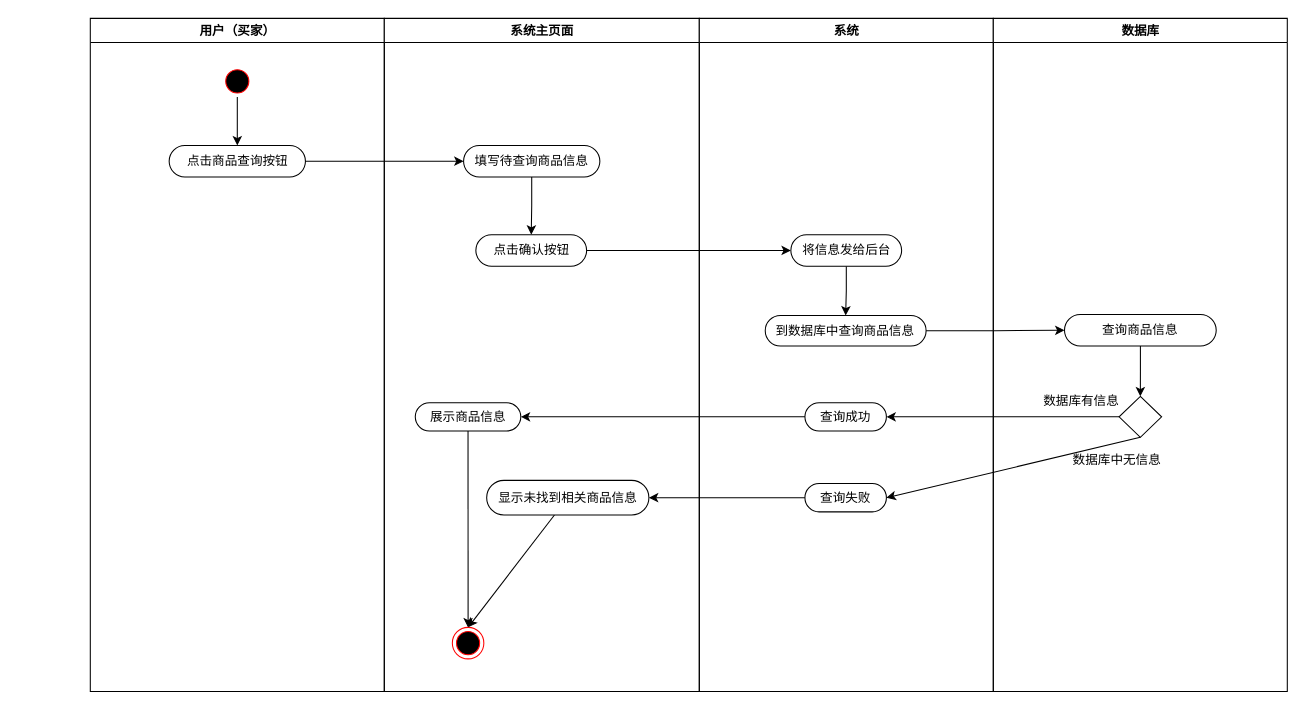
This is 联系卖家活动图.drawio from 200928/image, a draw.io file, before an edit. Source tidied: cells renumbered, new cells numbered last; positions are measured from the earlier drawing's top-left corner, leaving out a move shared by most shapes. Both pictures are drawn from the tidied source at 105%, with x=0, y=0 at pixel (89, 18).
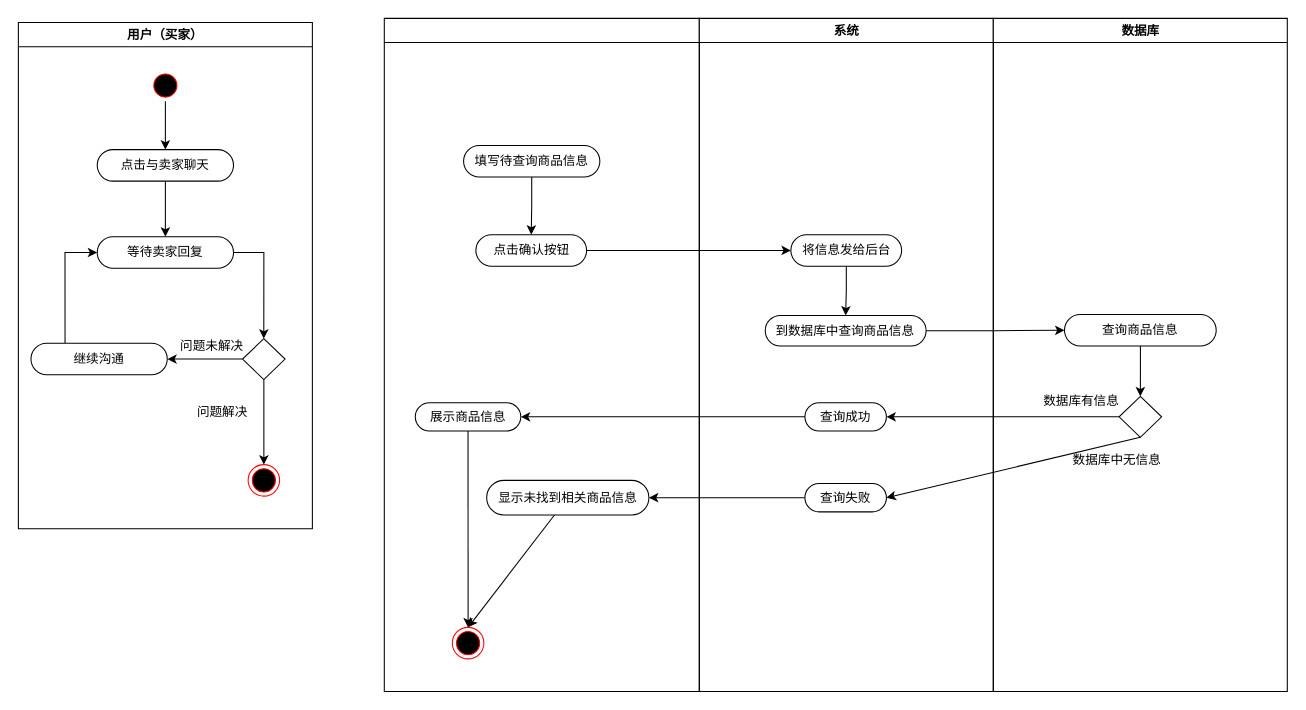
The same page after the edit.

Commit message (it also covers changes not shown here):
更新联系卖家活动图.drawio

The change refers to these unchanged cells:
```xml
<mxCell id="8" value="填写待查询商品信息" style="rounded=1;whiteSpace=wrap;html=1;arcSize=50;" parent="6" vertex="1">
  <mxGeometry x="75.5" y="121" width="129.8" height="30" as="geometry" />
</mxCell>
```

Change to the diagram source:
```diff
@@
     <mxCell id="2" value="用户（买家）" style="swimlane;whiteSpace=wrap;" parent="1" vertex="1">
-      <mxGeometry x="0.5" width="280" height="641" as="geometry" />
+      <mxGeometry x="-68" y="4" width="280" height="482" as="geometry" />
     </mxCell>
@@
+    <mxCell id="34" style="edgeStyle=orthogonalEdgeStyle;rounded=0;jettySize=auto;html=1;entryX=0.5;entryY=0;entryDx=0;entryDy=0;" parent="2" edge="1" source="5" target="36">
+      <mxGeometry relative="1" as="geometry" />
+    </mxCell>
-    <mxCell id="5" value="点击商品查询按钮" style="rounded=1;whiteSpace=wrap;html=1;arcSize=50;" parent="2" vertex="1">
+    <mxCell id="5" value="点击与卖家聊天" style="rounded=1;whiteSpace=wrap;html=1;arcSize=50;" parent="2" vertex="1">
       <mxGeometry x="75.1" y="121" width="129.8" height="30" as="geometry" />
     </mxCell>
+    <mxCell id="35" style="edgeStyle=orthogonalEdgeStyle;rounded=0;jettySize=auto;html=1;entryX=0.5;entryY=0;entryDx=0;entryDy=0;" parent="2" edge="1" source="36" target="39">
+      <mxGeometry relative="1" as="geometry" />
+    </mxCell>
+    <mxCell id="36" value="等待卖家回复" style="rounded=1;whiteSpace=wrap;html=1;arcSize=50;" parent="2" vertex="1">
+      <mxGeometry x="75.1" y="204" width="129.8" height="30" as="geometry" />
+    </mxCell>
+    <mxCell id="37" style="edgeStyle=orthogonalEdgeStyle;rounded=0;jettySize=auto;html=1;entryX=1;entryY=0.5;entryDx=0;entryDy=0;" parent="2" edge="1" source="39" target="41">
+      <mxGeometry relative="1" as="geometry" />
+    </mxCell>
+    <mxCell id="38" style="edgeStyle=orthogonalEdgeStyle;rounded=0;jettySize=auto;html=1;entryX=0.5;entryY=0;entryDx=0;entryDy=0;" parent="2" edge="1" source="39" target="42">
+      <mxGeometry relative="1" as="geometry" />
+    </mxCell>
+    <mxCell id="39" style="rhombus;whiteSpace=wrap;html=1;" parent="2" vertex="1">
+      <mxGeometry x="213.5" y="301" width="40.5" height="39" as="geometry" />
+    </mxCell>
+    <mxCell id="40" style="edgeStyle=orthogonalEdgeStyle;rounded=0;jettySize=auto;html=1;exitX=0.25;exitY=0;exitDx=0;exitDy=0;entryX=0;entryY=0.5;entryDx=0;entryDy=0;" parent="2" edge="1" source="41" target="36">
+      <mxGeometry relative="1" as="geometry" />
+    </mxCell>
+    <mxCell id="41" value="继续沟通" style="rounded=1;whiteSpace=wrap;html=1;arcSize=50;" parent="2" vertex="1">
+      <mxGeometry x="12" y="305.5" width="129.8" height="30" as="geometry" />
+    </mxCell>
+    <mxCell id="42" style="ellipse;html=1;shape=endState;fillColor=#000000;strokeColor=#ff0000;" parent="2" vertex="1">
+      <mxGeometry x="218.8" y="421" width="30" height="30" as="geometry" />
+    </mxCell>
+    <mxCell id="43" value="问题解决" style="text;html=1;align=center;verticalAlign=middle;strokeColor=none;fillColor=none;" parent="2" vertex="1">
+      <mxGeometry x="165" y="362" width="58" height="18" as="geometry" />
+    </mxCell>
-    <mxCell id="6" value="系统主页面" style="swimlane;whiteSpace=wrap;" parent="1" vertex="1">
+    <mxCell id="6" style="swimlane;whiteSpace=wrap;" parent="1" vertex="1">
       <mxGeometry x="280.5" width="300" height="641" as="geometry" />
     </mxCell>
@@
-    <mxCell id="27" style="edgeStyle=orthogonalEdgeStyle;rounded=0;jettySize=auto;html=1;entryX=0;entryY=0.5;entryDx=0;entryDy=0;" parent="1" edge="1" source="5" target="8">
-      <mxGeometry relative="1" as="geometry" />
-    </mxCell>
@@
+    <mxCell id="44" value="问题未解决" style="text;html=1;align=center;verticalAlign=middle;strokeColor=none;fillColor=none;" parent="1" vertex="1">
+      <mxGeometry x="81" y="303" width="70" height="18" as="geometry" />
+    </mxCell>
```
